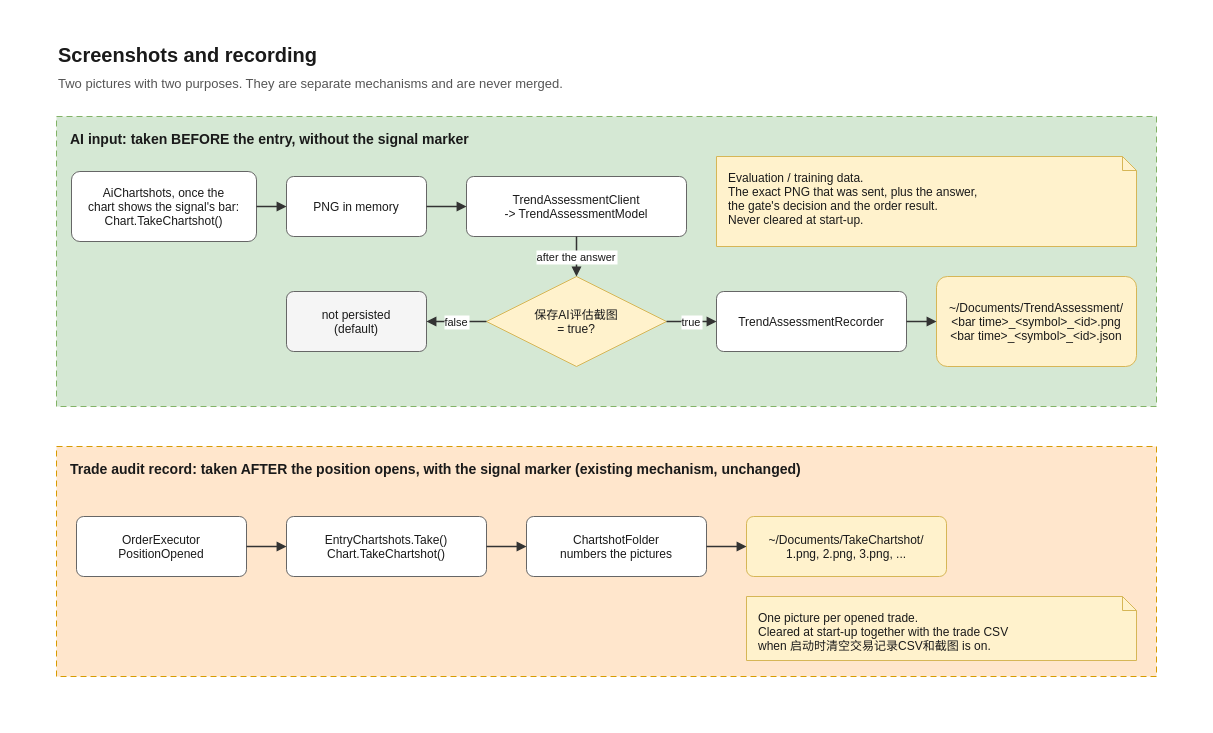
richardgong1987/VWAPTradeAI keeps this draw.io diagram as page "6. Screenshots and recording" (6 of 6) of docs/architecture.drawio. Above is the earlier version. Source tidied: cells renumbered, new cells numbered last; positions are measured from the earlier drawing's top-left corner, leaving out a move shared by most shapes. Both pictures are drawn from the tidied source at 100%, with x=0, y=0 at pixel (16, 16).
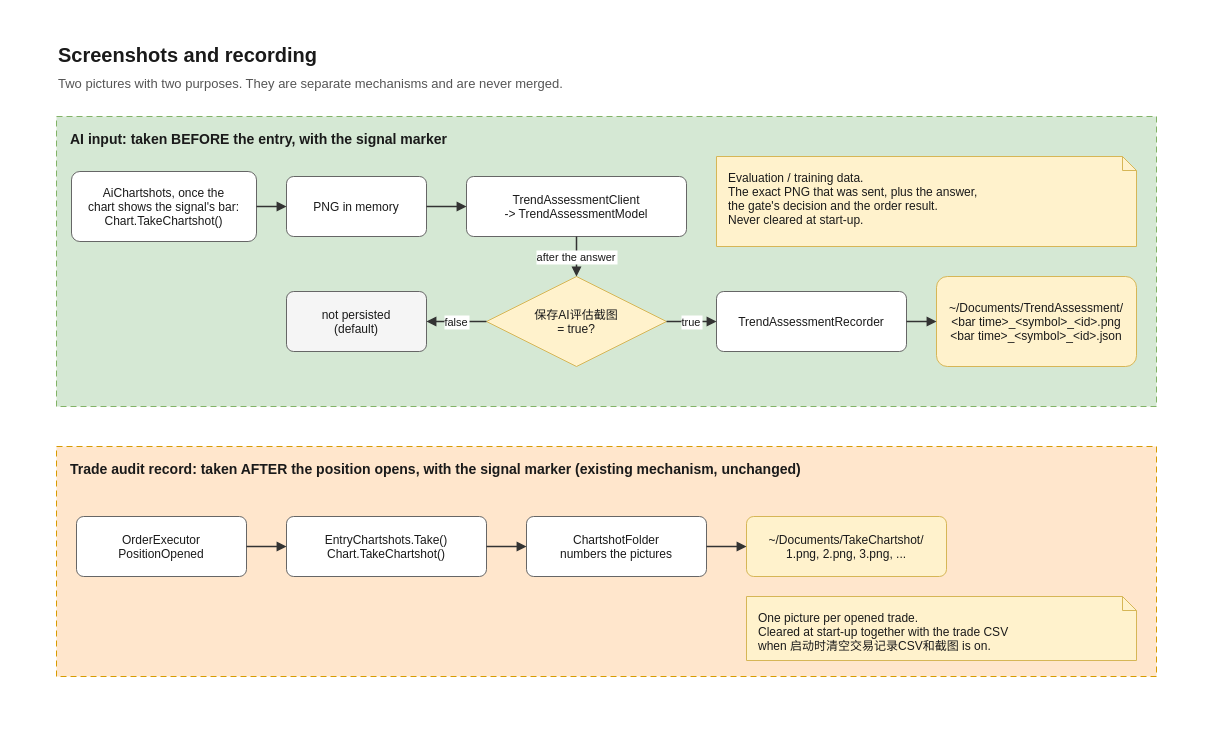
After the change.

Diff of the diagram source:
```diff
@@
-    <mxCell id="5" value="AI input: taken BEFORE the entry, without the signal marker" style="html=0;fontFamily=Helvetica;fontColor=#1a1a1a;rounded=0;dashed=1;dashPattern=6 4;verticalAlign=top;align=left;spacingLeft=12;spacingTop=8;fontSize=14;fontStyle=1;fillColor=#d5e8d4;strokeColor=#82b366;" parent="1" vertex="1">
+    <mxCell id="5" value="AI input: taken BEFORE the entry, with the signal marker" style="html=0;fontFamily=Helvetica;fontColor=#1a1a1a;rounded=0;dashed=1;dashPattern=6 4;verticalAlign=top;align=left;spacingLeft=12;spacingTop=8;fontSize=14;fontStyle=1;fillColor=#d5e8d4;strokeColor=#82b366;" parent="1" vertex="1">
       <mxGeometry x="40" y="100" width="1100" height="290" as="geometry" />
     </mxCell>
```
